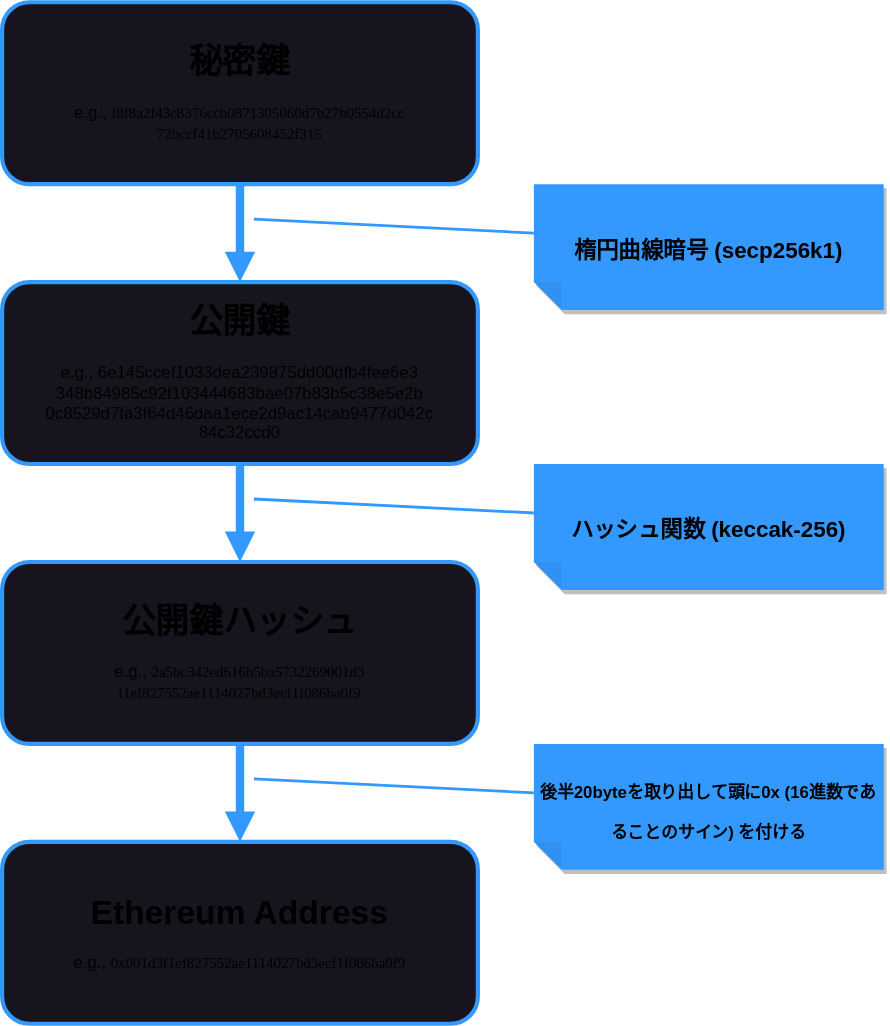
The draw.io diagram P02_ethereum/img/eoaprocess.svg in blockchaininnovation/lecture, before a commit. Source tidied: cells renumbered, new cells last; positions are measured from the earlier drawing's top-left corner, leaving out a move shared by most shapes. Its diagram source:
```xml
<mxGraphModel>
  <root>
    <mxCell id="0" />
    <mxCell id="1" parent="0" />
    <mxCell id="2" style="group;" parent="1" vertex="1">
      <mxGeometry width="630" height="730" as="geometry" />
    </mxCell>
    <mxCell id="3" value="&lt;b&gt;&lt;font style=&quot;font-size: 24px;&quot;&gt;秘密鍵&lt;br&gt;&lt;/font&gt;&lt;/b&gt;&lt;br&gt;e.g.,&amp;nbsp;&lt;span style=&quot;font-size: 8pt; font-family: Calibri;&quot;&gt;f8f8a2f43c8376ccb0871305060d7b27b0554d2cc&lt;br&gt;72bccf41b2705608452f315&lt;/span&gt;" style="whiteSpace=wrap;html=1;rounded=1;strokeColor=#3399FF;strokeWidth=3;fillColor=#18141D;fillStyle=auto;" parent="2" vertex="1">
      <mxGeometry width="340" height="130" as="geometry" />
    </mxCell>
    <mxCell id="4" value="&lt;b&gt;&lt;font style=&quot;font-size: 24px;&quot;&gt;公開鍵&lt;br&gt;&lt;/font&gt;&lt;/b&gt;&lt;br&gt;e.g.,&amp;nbsp;&lt;span&gt;6e145ccef1033dea239875dd00dfb4fee6e3&lt;br&gt;348b84985c92f103444683bae07b83b5c38e5e2b&lt;br&gt;0c8529d7fa3f64d46daa1ece2d9ac14cab9477d042c&lt;br&gt;84c32ccd0&lt;/span&gt;" style="whiteSpace=wrap;html=1;rounded=1;strokeColor=#3399FF;strokeWidth=3;fillColor=#18141D;fillStyle=auto;" parent="2" vertex="1">
      <mxGeometry y="200" width="340" height="130" as="geometry" />
    </mxCell>
    <mxCell id="5" style="edgeStyle=none;html=1;exitX=0.5;exitY=1;exitDx=0;exitDy=0;entryX=0.5;entryY=0;entryDx=0;entryDy=0;fontSize=24;fontColor=#F0F0F0;strokeWidth=6;endArrow=block;endFill=1;strokeColor=#3399FF;" parent="2" edge="1" source="3" target="4">
      <mxGeometry relative="1" as="geometry" />
    </mxCell>
    <mxCell id="6" value="&lt;b&gt;&lt;font style=&quot;font-size: 24px;&quot;&gt;公開鍵ハッシュ&lt;br&gt;&lt;/font&gt;&lt;/b&gt;&lt;br&gt;e.g.,&amp;nbsp;&lt;span style=&quot;font-size: 8pt; font-family: Calibri;&quot;&gt;2a5bc342ed616b5ba5732269001d3&lt;br&gt;f1ef827552ae1114027bd3ecf1f086ba0f9&lt;/span&gt;" style="whiteSpace=wrap;html=1;rounded=1;strokeColor=#3399FF;strokeWidth=3;fillColor=#18141D;fillStyle=auto;" parent="2" vertex="1">
      <mxGeometry y="400" width="340" height="130" as="geometry" />
    </mxCell>
    <mxCell id="7" style="edgeStyle=none;html=1;exitX=0.5;exitY=1;exitDx=0;exitDy=0;strokeWidth=6;fontSize=24;fontColor=#F0F0F0;endArrow=block;endFill=1;strokeColor=#3399FF;" parent="2" edge="1" source="4" target="6">
      <mxGeometry relative="1" as="geometry" />
    </mxCell>
    <mxCell id="8" value="&lt;b&gt;&lt;font style=&quot;font-size: 24px;&quot;&gt;Ethereum Address&lt;br&gt;&lt;/font&gt;&lt;/b&gt;&lt;br&gt;e.g.,&amp;nbsp;&lt;span style=&quot;font-size: 8pt; font-family: Calibri;&quot;&gt;0x001d3f1ef827552ae1114027bd3ecf1f086ba0f9&lt;/span&gt;" style="whiteSpace=wrap;html=1;rounded=1;strokeColor=#3399FF;strokeWidth=3;fillColor=#18141D;fillStyle=auto;" parent="2" vertex="1">
      <mxGeometry y="600" width="340" height="130" as="geometry" />
    </mxCell>
    <mxCell id="9" style="edgeStyle=none;html=1;exitX=0.5;exitY=1;exitDx=0;exitDy=0;strokeWidth=6;fontSize=24;fontColor=#F0F0F0;endArrow=block;endFill=1;strokeColor=#3399FF;" parent="2" edge="1" source="6" target="8">
      <mxGeometry relative="1" as="geometry" />
    </mxCell>
    <mxCell id="10" style="edgeStyle=none;html=1;exitX=0;exitY=0;exitDx=250;exitDy=55;exitPerimeter=0;strokeWidth=2;fontSize=16;fontColor=#F0F0F0;endArrow=none;endFill=0;strokeColor=#3399FF;" parent="2" edge="1" source="11">
      <mxGeometry relative="1" as="geometry">
        <mxPoint x="180" y="155" as="targetPoint" />
      </mxGeometry>
    </mxCell>
    <mxCell id="11" value="&lt;font style=&quot;font-size: 16px;&quot;&gt;&lt;b&gt;楕円曲線暗号 (secp256k1)&lt;/b&gt;&lt;/font&gt;" style="shape=note;whiteSpace=wrap;html=1;backgroundOutline=1;fontColor=#000000;darkOpacity=0.05;fillColor=#3399FF;strokeColor=none;fillStyle=solid;direction=west;gradientDirection=north;gradientColor=none;shadow=1;size=20;rounded=1;fontSize=24;" parent="2" vertex="1">
      <mxGeometry x="380" y="130" width="250" height="90" as="geometry" />
    </mxCell>
    <mxCell id="12" style="edgeStyle=none;html=1;exitX=0;exitY=0;exitDx=250;exitDy=55;exitPerimeter=0;strokeWidth=2;fontSize=16;fontColor=#F0F0F0;endArrow=none;endFill=0;strokeColor=#3399FF;" parent="2" edge="1" source="13">
      <mxGeometry relative="1" as="geometry">
        <mxPoint x="180" y="355" as="targetPoint" />
      </mxGeometry>
    </mxCell>
    <mxCell id="13" value="&lt;font style=&quot;font-size: 16px;&quot;&gt;&lt;b&gt;ハッシュ関数 (keccak-256)&lt;/b&gt;&lt;/font&gt;" style="shape=note;whiteSpace=wrap;html=1;backgroundOutline=1;fontColor=#000000;darkOpacity=0.05;fillColor=#3399FF;strokeColor=none;fillStyle=solid;direction=west;gradientDirection=north;gradientColor=none;shadow=1;size=20;rounded=1;fontSize=24;" parent="2" vertex="1">
      <mxGeometry x="380" y="330" width="250" height="90" as="geometry" />
    </mxCell>
    <mxCell id="14" style="edgeStyle=none;html=1;exitX=0;exitY=0;exitDx=250;exitDy=55;exitPerimeter=0;strokeWidth=2;fontSize=16;fontColor=#F0F0F0;endArrow=none;endFill=0;strokeColor=#3399FF;" parent="2" edge="1" source="15">
      <mxGeometry relative="1" as="geometry">
        <mxPoint x="180" y="555" as="targetPoint" />
      </mxGeometry>
    </mxCell>
    <mxCell id="15" value="&lt;font style=&quot;font-size: 12px;&quot;&gt;&lt;b style=&quot;&quot;&gt;&lt;font style=&quot;font-size: 12px;&quot;&gt;後半20byteを取り出して頭に0x (16進数であることのサイン) を付ける&lt;/font&gt;&lt;br&gt;&lt;/b&gt;&lt;/font&gt;" style="shape=note;whiteSpace=wrap;html=1;backgroundOutline=1;fontColor=#000000;darkOpacity=0.05;fillColor=#3399FF;strokeColor=none;fillStyle=solid;direction=west;gradientDirection=north;gradientColor=none;shadow=1;size=20;rounded=1;fontSize=24;" parent="2" vertex="1">
      <mxGeometry x="380" y="530" width="250" height="90" as="geometry" />
    </mxCell>
  </root>
</mxGraphModel>
```
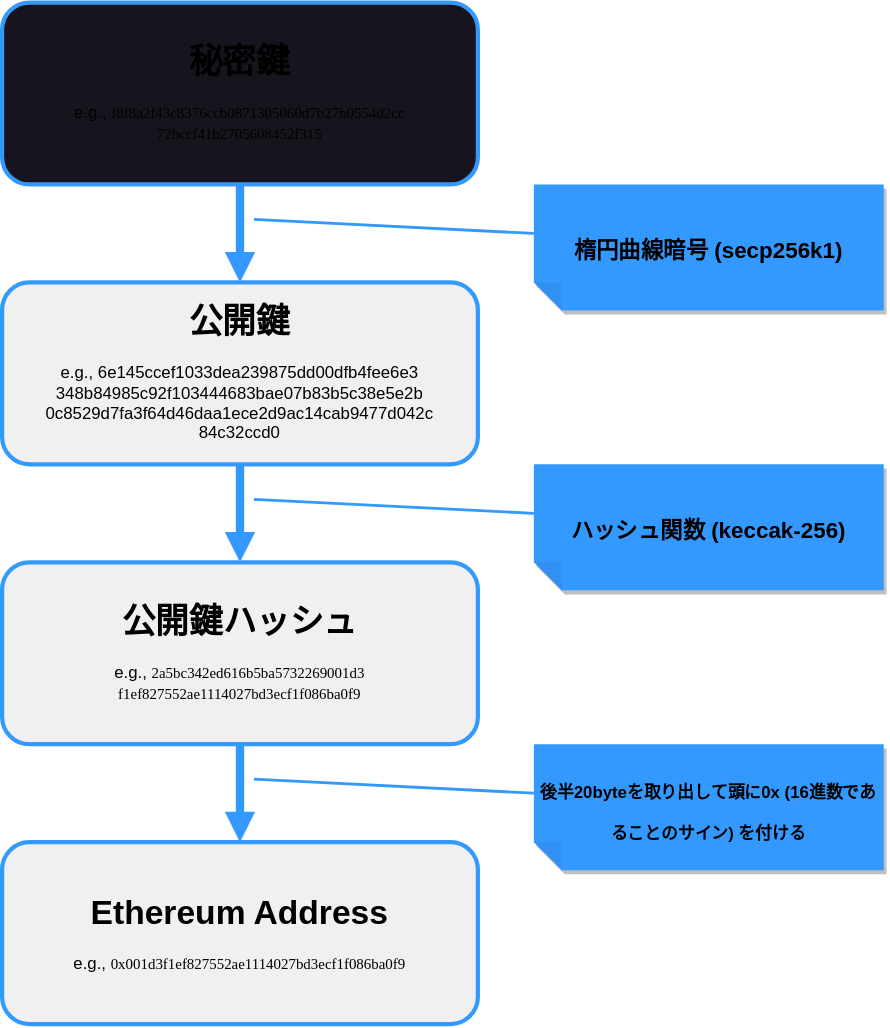
After the change.

Diff of the diagram source:
```diff
@@ -8,19 +8,19 @@
     <mxCell id="3" value="&lt;b&gt;&lt;font style=&quot;font-size: 24px;&quot;&gt;秘密鍵&lt;br&gt;&lt;/font&gt;&lt;/b&gt;&lt;br&gt;e.g.,&amp;nbsp;&lt;span style=&quot;font-size: 8pt; font-family: Calibri;&quot;&gt;f8f8a2f43c8376ccb0871305060d7b27b0554d2cc&lt;br&gt;72bccf41b2705608452f315&lt;/span&gt;" style="whiteSpace=wrap;html=1;rounded=1;strokeColor=#3399FF;strokeWidth=3;fillColor=#18141D;fillStyle=auto;" parent="2" vertex="1">
       <mxGeometry width="340" height="130" as="geometry" />
     </mxCell>
-    <mxCell id="4" value="&lt;b&gt;&lt;font style=&quot;font-size: 24px;&quot;&gt;公開鍵&lt;br&gt;&lt;/font&gt;&lt;/b&gt;&lt;br&gt;e.g.,&amp;nbsp;&lt;span&gt;6e145ccef1033dea239875dd00dfb4fee6e3&lt;br&gt;348b84985c92f103444683bae07b83b5c38e5e2b&lt;br&gt;0c8529d7fa3f64d46daa1ece2d9ac14cab9477d042c&lt;br&gt;84c32ccd0&lt;/span&gt;" style="whiteSpace=wrap;html=1;rounded=1;strokeColor=#3399FF;strokeWidth=3;fillColor=#18141D;fillStyle=auto;" parent="2" vertex="1">
+    <mxCell id="4" value="&lt;b&gt;&lt;font style=&quot;font-size: 24px;&quot;&gt;公開鍵&lt;br&gt;&lt;/font&gt;&lt;/b&gt;&lt;br&gt;e.g.,&amp;nbsp;&lt;span&gt;6e145ccef1033dea239875dd00dfb4fee6e3&lt;br&gt;348b84985c92f103444683bae07b83b5c38e5e2b&lt;br&gt;0c8529d7fa3f64d46daa1ece2d9ac14cab9477d042c&lt;br&gt;84c32ccd0&lt;/span&gt;" style="whiteSpace=wrap;html=1;rounded=1;strokeColor=#3399FF;strokeWidth=3;fillColor=#F0F0F0;fillStyle=auto;" parent="2" vertex="1">
       <mxGeometry y="200" width="340" height="130" as="geometry" />
     </mxCell>
     <mxCell id="5" style="edgeStyle=none;html=1;exitX=0.5;exitY=1;exitDx=0;exitDy=0;entryX=0.5;entryY=0;entryDx=0;entryDy=0;fontSize=24;fontColor=#F0F0F0;strokeWidth=6;endArrow=block;endFill=1;strokeColor=#3399FF;" parent="2" edge="1" source="3" target="4">
       <mxGeometry relative="1" as="geometry" />
     </mxCell>
-    <mxCell id="6" value="&lt;b&gt;&lt;font style=&quot;font-size: 24px;&quot;&gt;公開鍵ハッシュ&lt;br&gt;&lt;/font&gt;&lt;/b&gt;&lt;br&gt;e.g.,&amp;nbsp;&lt;span style=&quot;font-size: 8pt; font-family: Calibri;&quot;&gt;2a5bc342ed616b5ba5732269001d3&lt;br&gt;f1ef827552ae1114027bd3ecf1f086ba0f9&lt;/span&gt;" style="whiteSpace=wrap;html=1;rounded=1;strokeColor=#3399FF;strokeWidth=3;fillColor=#18141D;fillStyle=auto;" parent="2" vertex="1">
+    <mxCell id="6" value="&lt;b&gt;&lt;font style=&quot;font-size: 24px;&quot;&gt;公開鍵ハッシュ&lt;br&gt;&lt;/font&gt;&lt;/b&gt;&lt;br&gt;e.g.,&amp;nbsp;&lt;span style=&quot;font-size: 8pt; font-family: Calibri;&quot;&gt;2a5bc342ed616b5ba5732269001d3&lt;br&gt;f1ef827552ae1114027bd3ecf1f086ba0f9&lt;/span&gt;" style="whiteSpace=wrap;html=1;rounded=1;strokeColor=#3399FF;strokeWidth=3;fillColor=#F0F0F0;fillStyle=auto;" parent="2" vertex="1">
       <mxGeometry y="400" width="340" height="130" as="geometry" />
     </mxCell>
     <mxCell id="7" style="edgeStyle=none;html=1;exitX=0.5;exitY=1;exitDx=0;exitDy=0;strokeWidth=6;fontSize=24;fontColor=#F0F0F0;endArrow=block;endFill=1;strokeColor=#3399FF;" parent="2" edge="1" source="4" target="6">
       <mxGeometry relative="1" as="geometry" />
     </mxCell>
-    <mxCell id="8" value="&lt;b&gt;&lt;font style=&quot;font-size: 24px;&quot;&gt;Ethereum Address&lt;br&gt;&lt;/font&gt;&lt;/b&gt;&lt;br&gt;e.g.,&amp;nbsp;&lt;span style=&quot;font-size: 8pt; font-family: Calibri;&quot;&gt;0x001d3f1ef827552ae1114027bd3ecf1f086ba0f9&lt;/span&gt;" style="whiteSpace=wrap;html=1;rounded=1;strokeColor=#3399FF;strokeWidth=3;fillColor=#18141D;fillStyle=auto;" parent="2" vertex="1">
+    <mxCell id="8" value="&lt;b&gt;&lt;font style=&quot;font-size: 24px;&quot;&gt;Ethereum Address&lt;br&gt;&lt;/font&gt;&lt;/b&gt;&lt;br&gt;e.g.,&amp;nbsp;&lt;span style=&quot;font-size: 8pt; font-family: Calibri;&quot;&gt;0x001d3f1ef827552ae1114027bd3ecf1f086ba0f9&lt;/span&gt;" style="whiteSpace=wrap;html=1;rounded=1;strokeColor=#3399FF;strokeWidth=3;fillColor=#F0F0F0;fillStyle=auto;" parent="2" vertex="1">
       <mxGeometry y="600" width="340" height="130" as="geometry" />
     </mxCell>
     <mxCell id="9" style="edgeStyle=none;html=1;exitX=0.5;exitY=1;exitDx=0;exitDy=0;strokeWidth=6;fontSize=24;fontColor=#F0F0F0;endArrow=block;endFill=1;strokeColor=#3399FF;" parent="2" edge="1" source="6" target="8">
```
